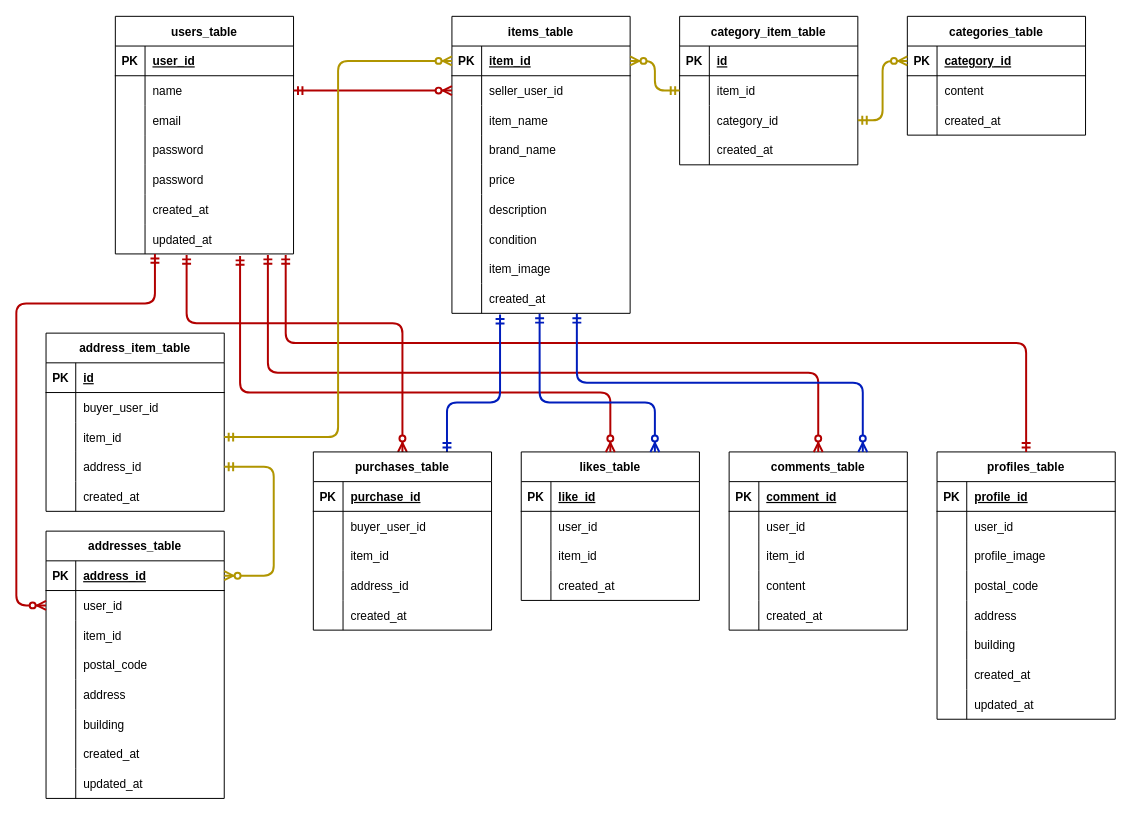
The draw.io diagram er.drawio in risamatsumoto1104/pro-test, before the edit. Source tidied: cells renumbered, new cells numbered last; positions are measured from the earlier drawing's top-left corner, leaving out a move shared by most shapes. Both pictures are drawn from the tidied source at 99%, with x=0, y=0 at pixel (16, 16).
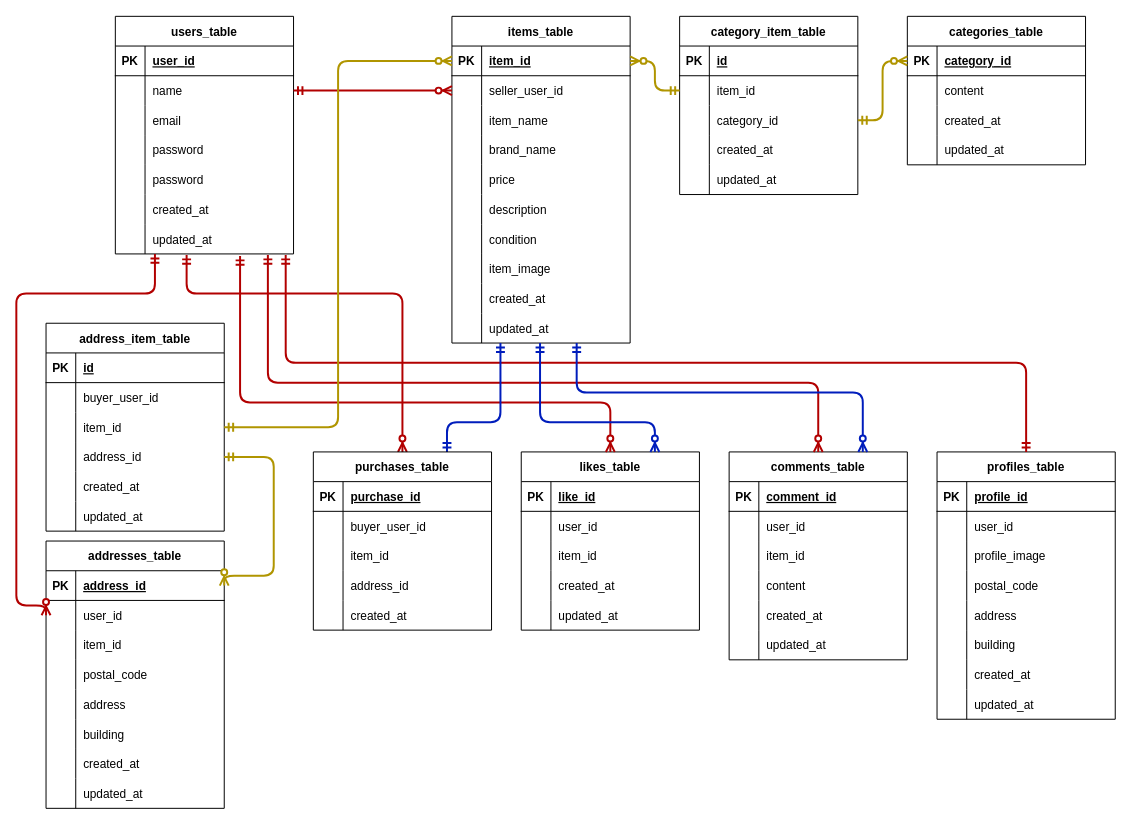
The same page after the edit.

Unchanged cells that the change refers to:
```xml
<mxCell id="21" style="shape=tableRow;horizontal=0;startSize=0;swimlaneHead=0;swimlaneBody=0;fillColor=none;points=[[0,0.5],[1,0.5]];portConstraint=eastwest;top=0;left=0;right=0;bottom=0;" parent="2" vertex="1">
  <mxGeometry y="210" width="180" height="30" as="geometry" />
</mxCell>
<mxCell id="37" value="profiles_table" style="shape=table;startSize=30;childLayout=tableLayout;rowLines=0;fontStyle=1;align=center;" parent="1" vertex="1">
  <mxGeometry x="930" y="440" width="180" height="270" as="geometry" />
</mxCell>
<mxCell id="103" style="shape=tableRow;horizontal=0;startSize=0;swimlaneHead=0;swimlaneBody=0;fillColor=none;points=[[0,0.5],[1,0.5]];portConstraint=eastwest;top=0;left=0;right=0;bottom=0;" parent="78" vertex="1">
  <mxGeometry y="270" width="180" height="30" as="geometry" />
</mxCell>
<mxCell id="116" style="shape=tableRow;horizontal=0;startSize=0;swimlaneHead=0;swimlaneBody=0;fillColor=none;points=[[0,0.5],[1,0.5]];portConstraint=eastwest;top=0;left=0;right=0;bottom=0;" parent="106" vertex="1">
  <mxGeometry y="120" width="180" height="30" as="geometry" />
</mxCell>
<mxCell id="123" style="shape=tableRow;horizontal=0;startSize=0;swimlaneHead=0;swimlaneBody=0;fillColor=none;points=[[0,0.5],[1,0.5]];portConstraint=eastwest;top=0;left=0;right=0;bottom=1;" parent="122" vertex="1">
  <mxGeometry y="30" width="180" height="30" as="geometry" />
</mxCell>
<mxCell id="126" style="shape=tableRow;horizontal=0;startSize=0;swimlaneHead=0;swimlaneBody=0;fillColor=none;points=[[0,0.5],[1,0.5]];portConstraint=eastwest;top=0;left=0;right=0;bottom=0;" parent="122" vertex="1">
  <mxGeometry y="60" width="180" height="30" as="geometry" />
</mxCell>
<mxCell id="178" value="purchases_table" style="shape=table;startSize=30;childLayout=tableLayout;rowLines=0;fontStyle=1;align=center;" parent="1" vertex="1">
  <mxGeometry x="300" y="440" width="180" height="180" as="geometry" />
</mxCell>
```

The edit, as a diff of the source:
```diff
@@
     <mxCell id="24" value="likes_table" style="shape=table;startSize=30;childLayout=tableLayout;rowLines=0;fontStyle=1;align=center;" parent="1" vertex="1">
-      <mxGeometry x="510" y="440" width="180" height="150" as="geometry" />
+      <mxGeometry x="510" y="440" width="180" height="180" as="geometry" />
     </mxCell>
@@
+    <mxCell id="199" style="shape=tableRow;horizontal=0;startSize=0;swimlaneHead=0;swimlaneBody=0;fillColor=none;top=0;left=0;right=0;bottom=0;" parent="24" vertex="1">
+      <mxGeometry y="150" width="180" height="30" as="geometry" />
+    </mxCell>
+    <mxCell id="200" style="shape=partialRectangle;fillColor=none;top=0;left=0;bottom=0;right=0;overflow=hidden;" parent="199" vertex="1">
+      <mxGeometry width="30" height="30" as="geometry" />
+    </mxCell>
+    <mxCell id="201" value="updated_at" style="shape=partialRectangle;fillColor=none;top=0;left=0;bottom=0;right=0;align=left;spacingLeft=6;overflow=hidden;" parent="199" vertex="1">
+      <mxGeometry x="30" width="150" height="30" as="geometry" />
+    </mxCell>
@@
     <mxCell id="62" value="comments_table" style="shape=table;startSize=30;childLayout=tableLayout;rowLines=0;fontStyle=1;align=center;" parent="1" vertex="1">
-      <mxGeometry x="720" y="440" width="180" height="180" as="geometry" />
+      <mxGeometry x="720" y="440" width="180" height="210" as="geometry" />
     </mxCell>
@@
+    <mxCell id="202" style="shape=tableRow;horizontal=0;startSize=0;swimlaneHead=0;swimlaneBody=0;fillColor=none;top=0;left=0;right=0;bottom=0;" parent="62" vertex="1">
+      <mxGeometry y="180" width="180" height="30" as="geometry" />
+    </mxCell>
+    <mxCell id="203" style="shape=partialRectangle;fillColor=none;top=0;left=0;bottom=0;right=0;overflow=hidden;" parent="202" vertex="1">
+      <mxGeometry width="30" height="30" as="geometry" />
+    </mxCell>
+    <mxCell id="204" value="updated_at" style="shape=partialRectangle;fillColor=none;top=0;left=0;bottom=0;right=0;align=left;spacingLeft=6;overflow=hidden;" parent="202" vertex="1">
+      <mxGeometry x="30" width="150" height="30" as="geometry" />
+    </mxCell>
     <mxCell id="78" value="items_table" style="shape=table;startSize=30;childLayout=tableLayout;rowLines=0;fontStyle=1;align=center;" parent="1" vertex="1">
-      <mxGeometry x="440" width="180" height="300" as="geometry" />
+      <mxGeometry x="440" width="180" height="330" as="geometry" />
     </mxCell>
@@
+    <mxCell id="205" style="shape=tableRow;horizontal=0;startSize=0;swimlaneHead=0;swimlaneBody=0;fillColor=none;top=0;left=0;right=0;bottom=0;" parent="78" vertex="1">
+      <mxGeometry y="300" width="180" height="30" as="geometry" />
+    </mxCell>
+    <mxCell id="206" style="shape=partialRectangle;fillColor=none;top=0;left=0;bottom=0;right=0;overflow=hidden;" parent="205" vertex="1">
+      <mxGeometry width="30" height="30" as="geometry" />
+    </mxCell>
+    <mxCell id="207" value="updated_at" style="shape=partialRectangle;fillColor=none;top=0;left=0;bottom=0;right=0;align=left;spacingLeft=6;overflow=hidden;" parent="205" vertex="1">
+      <mxGeometry x="30" width="150" height="30" as="geometry" />
+    </mxCell>
     <mxCell id="106" value="address_item_table" style="shape=table;startSize=30;childLayout=tableLayout;rowLines=0;fontStyle=1;align=center;" parent="1" vertex="1">
-      <mxGeometry x="30" y="320" width="180" height="180" as="geometry" />
+      <mxGeometry x="30" y="310" width="180" height="210" as="geometry" />
     </mxCell>
@@
+    <mxCell id="208" style="shape=tableRow;horizontal=0;startSize=0;swimlaneHead=0;swimlaneBody=0;fillColor=none;top=0;left=0;right=0;bottom=0;" parent="106" vertex="1">
+      <mxGeometry y="180" width="180" height="30" as="geometry" />
+    </mxCell>
+    <mxCell id="209" style="shape=partialRectangle;fillColor=none;top=0;left=0;bottom=0;right=0;overflow=hidden;" parent="208" vertex="1">
+      <mxGeometry width="30" height="30" as="geometry" />
+    </mxCell>
+    <mxCell id="210" value="updated_at" style="shape=partialRectangle;fillColor=none;top=0;left=0;bottom=0;right=0;align=left;spacingLeft=6;overflow=hidden;" parent="208" vertex="1">
+      <mxGeometry x="30" width="150" height="30" as="geometry" />
+    </mxCell>
     <mxCell id="122" value="addresses_table" style="shape=table;startSize=30;childLayout=tableLayout;rowLines=0;fontStyle=1;align=center;" parent="1" vertex="1">
-      <mxGeometry x="30" y="520" width="180" height="270" as="geometry" />
+      <mxGeometry x="30" y="530" width="180" height="270" as="geometry" />
     </mxCell>
@@
     <mxCell id="148" style="fontSize=12;html=1;endArrow=ERzeroToMany;startArrow=ERmandOne;entryX=0.5;entryY=0;entryDx=0;entryDy=0;strokeWidth=2;edgeStyle=orthogonalEdgeStyle;fillColor=#e51400;strokeColor=#B20000;exitX=0.4;exitY=1.033;exitDx=0;exitDy=0;exitPerimeter=0;" parent="1" edge="1" source="21" target="178">
       <mxGeometry relative="1" as="geometry">
         <Array as="points">
-          <mxPoint x="172" y="310" />
-          <mxPoint x="390" y="310" />
+          <mxPoint x="172" y="280" />
+          <mxPoint x="390" y="280" />
         </Array>
       </mxGeometry>
     </mxCell>
     <mxCell id="149" style="fontSize=12;html=1;endArrow=ERzeroToMany;startArrow=ERmandOne;entryX=0.5;entryY=0;entryDx=0;entryDy=0;strokeWidth=2;edgeStyle=orthogonalEdgeStyle;exitX=0.856;exitY=1.033;exitDx=0;exitDy=0;exitPerimeter=0;fillColor=#e51400;strokeColor=#B20000;" parent="1" edge="1" source="21" target="62">
       <mxGeometry relative="1" as="geometry">
         <Array as="points">
-          <mxPoint x="254" y="360" />
-          <mxPoint x="810" y="360" />
+          <mxPoint x="254" y="370" />
+          <mxPoint x="810" y="370" />
         </Array>
       </mxGeometry>
     </mxCell>
     <mxCell id="150" style="fontSize=12;html=1;endArrow=ERzeroToMany;startArrow=ERmandOne;strokeWidth=2;edgeStyle=orthogonalEdgeStyle;entryX=0.5;entryY=0;entryDx=0;entryDy=0;fillColor=#e51400;strokeColor=#B20000;exitX=0.7;exitY=1.067;exitDx=0;exitDy=0;exitPerimeter=0;" parent="1" edge="1" source="21" target="24">
       <mxGeometry relative="1" as="geometry">
         <Array as="points">
-          <mxPoint x="226" y="380" />
-          <mxPoint x="600" y="380" />
+          <mxPoint x="226" y="390" />
+          <mxPoint x="600" y="390" />
         </Array>
       </mxGeometry>
     </mxCell>
     <mxCell id="151" style="edgeStyle=orthogonalEdgeStyle;fontSize=12;html=1;endArrow=ERmandOne;startArrow=ERmandOne;strokeWidth=2;entryX=0.5;entryY=0;entryDx=0;entryDy=0;fillColor=#e51400;strokeColor=#B20000;exitX=0.956;exitY=1.033;exitDx=0;exitDy=0;exitPerimeter=0;" parent="1" edge="1" source="21" target="37">
       <mxGeometry relative="1" as="geometry">
         <Array as="points">
-          <mxPoint x="272" y="330" />
-          <mxPoint x="1020" y="330" />
+          <mxPoint x="272" y="350" />
+          <mxPoint x="1020" y="350" />
         </Array>
       </mxGeometry>
     </mxCell>
-    <mxCell id="152" style="fontSize=12;html=1;endArrow=ERmandOne;startArrow=ERmandOne;strokeWidth=2;entryX=0.27;entryY=1.04;entryDx=0;entryDy=0;entryPerimeter=0;exitX=0.75;exitY=0;exitDx=0;exitDy=0;edgeStyle=orthogonalEdgeStyle;strokeColor=#001DBC;fillColor=#0050ef;" parent="1" edge="1" source="178" target="103">
+    <mxCell id="152" style="fontSize=12;html=1;endArrow=ERmandOne;startArrow=ERmandOne;strokeWidth=2;exitX=0.75;exitY=0;exitDx=0;exitDy=0;edgeStyle=orthogonalEdgeStyle;strokeColor=#001DBC;fillColor=#0050ef;" parent="1" edge="1" source="178">
       <mxGeometry relative="1" as="geometry">
+        <mxPoint x="489" y="330" as="targetPoint" />
         <Array as="points">
-          <mxPoint x="435" y="390" />
-          <mxPoint x="489" y="390" />
+          <mxPoint x="435" y="410" />
+          <mxPoint x="489" y="410" />
         </Array>
       </mxGeometry>
     </mxCell>
-    <mxCell id="153" style="edgeStyle=orthogonalEdgeStyle;fontSize=12;html=1;endArrow=ERzeroToMany;startArrow=ERmandOne;strokeWidth=2;entryX=0.75;entryY=0;entryDx=0;entryDy=0;fillColor=#0050ef;strokeColor=#001DBC;exitX=0.492;exitY=1.013;exitDx=0;exitDy=0;exitPerimeter=0;" parent="1" edge="1" source="103" target="24">
+    <mxCell id="153" style="edgeStyle=orthogonalEdgeStyle;fontSize=12;html=1;endArrow=ERzeroToMany;startArrow=ERmandOne;strokeWidth=2;entryX=0.75;entryY=0;entryDx=0;entryDy=0;fillColor=#0050ef;strokeColor=#001DBC;" parent="1" edge="1" target="24">
       <mxGeometry relative="1" as="geometry">
+        <mxPoint x="529" y="330" as="sourcePoint" />
         <Array as="points">
-          <mxPoint x="529" y="390" />
-          <mxPoint x="645" y="390" />
+          <mxPoint x="529" y="410" />
+          <mxPoint x="645" y="410" />
         </Array>
       </mxGeometry>
     </mxCell>
-    <mxCell id="154" style="edgeStyle=orthogonalEdgeStyle;fontSize=12;html=1;endArrow=ERzeroToMany;startArrow=ERmandOne;strokeWidth=2;entryX=0.75;entryY=0;entryDx=0;entryDy=0;fillColor=#0050ef;strokeColor=#001DBC;exitX=0.701;exitY=1.013;exitDx=0;exitDy=0;exitPerimeter=0;" parent="1" edge="1" source="103" target="62">
+    <mxCell id="154" style="edgeStyle=orthogonalEdgeStyle;fontSize=12;html=1;endArrow=ERzeroToMany;startArrow=ERmandOne;strokeWidth=2;entryX=0.75;entryY=0;entryDx=0;entryDy=0;fillColor=#0050ef;strokeColor=#001DBC;" parent="1" edge="1" target="62">
       <mxGeometry relative="1" as="geometry">
+        <mxPoint x="566" y="330" as="sourcePoint" />
         <Array as="points">
-          <mxPoint x="566" y="370" />
-          <mxPoint x="855" y="370" />
+          <mxPoint x="566" y="380" />
+          <mxPoint x="855" y="380" />
         </Array>
       </mxGeometry>
     </mxCell>
     <mxCell id="155" value="categories_table" style="shape=table;startSize=30;childLayout=tableLayout;rowLines=0;fontStyle=1;align=center;" parent="1" vertex="1">
-      <mxGeometry x="900" width="180" height="120" as="geometry" />
+      <mxGeometry x="900" width="180" height="150" as="geometry" />
     </mxCell>
@@
+    <mxCell id="211" style="shape=tableRow;horizontal=0;startSize=0;swimlaneHead=0;swimlaneBody=0;fillColor=none;top=0;left=0;right=0;bottom=0;" parent="155" vertex="1">
+      <mxGeometry y="120" width="180" height="30" as="geometry" />
+    </mxCell>
+    <mxCell id="212" style="shape=partialRectangle;fillColor=none;top=0;left=0;bottom=0;right=0;overflow=hidden;" parent="211" vertex="1">
+      <mxGeometry width="30" height="30" as="geometry" />
+    </mxCell>
+    <mxCell id="213" value="updated_at" style="shape=partialRectangle;fillColor=none;top=0;left=0;bottom=0;right=0;align=left;spacingLeft=6;overflow=hidden;" parent="211" vertex="1">
+      <mxGeometry x="30" width="150" height="30" as="geometry" />
+    </mxCell>
     <mxCell id="165" value="category_item_table" style="shape=table;startSize=30;childLayout=tableLayout;rowLines=0;fontStyle=1;align=center;" parent="1" vertex="1">
-      <mxGeometry x="670" width="180" height="150" as="geometry" />
+      <mxGeometry x="670" width="180" height="180" as="geometry" />
     </mxCell>
@@
+    <mxCell id="214" style="shape=tableRow;horizontal=0;startSize=0;swimlaneHead=0;swimlaneBody=0;fillColor=none;top=0;left=0;right=0;bottom=0;" parent="165" vertex="1">
+      <mxGeometry y="150" width="180" height="30" as="geometry" />
+    </mxCell>
+    <mxCell id="215" style="shape=partialRectangle;fillColor=none;top=0;left=0;bottom=0;right=0;overflow=hidden;" parent="214" vertex="1">
+      <mxGeometry width="30" height="30" as="geometry" />
+    </mxCell>
+    <mxCell id="216" value="updated_at" style="shape=partialRectangle;fillColor=none;top=0;left=0;bottom=0;right=0;align=left;spacingLeft=6;overflow=hidden;" parent="214" vertex="1">
+      <mxGeometry x="30" width="150" height="30" as="geometry" />
+    </mxCell>
@@
     <mxCell id="194" style="fontSize=12;html=1;endArrow=ERzeroToMany;startArrow=ERmandOne;entryX=0;entryY=0.5;entryDx=0;entryDy=0;strokeWidth=2;edgeStyle=orthogonalEdgeStyle;fillColor=#e51400;strokeColor=#B20000;exitX=0.4;exitY=1.033;exitDx=0;exitDy=0;exitPerimeter=0;" parent="1" edge="1" target="126">
       <mxGeometry relative="1" as="geometry">
         <mxPoint x="140" y="240" as="sourcePoint" />
         <Array as="points">
-          <mxPoint x="140" y="290" />
-          <mxPoint y="290" />
+          <mxPoint x="140" y="280" />
+          <mxPoint y="280" />
           <mxPoint y="595" />
         </Array>
       </mxGeometry>
     </mxCell>
@@
     <mxCell id="197" style="edgeStyle=orthogonalEdgeStyle;fontSize=12;html=1;endArrow=ERzeroToMany;startArrow=ERmandOne;strokeWidth=2;entryX=1;entryY=0.5;entryDx=0;entryDy=0;exitX=1;exitY=0.5;exitDx=0;exitDy=0;fillColor=#e3c800;strokeColor=#B09500;" parent="1" edge="1" source="116" target="123">
       <mxGeometry relative="1" as="geometry">
         <Array as="points">
-          <mxPoint x="260" y="455" />
+          <mxPoint x="260" y="445" />
           <mxPoint x="260" y="565" />
+          <mxPoint x="210" y="565" />
         </Array>
       </mxGeometry>
     </mxCell>
```
